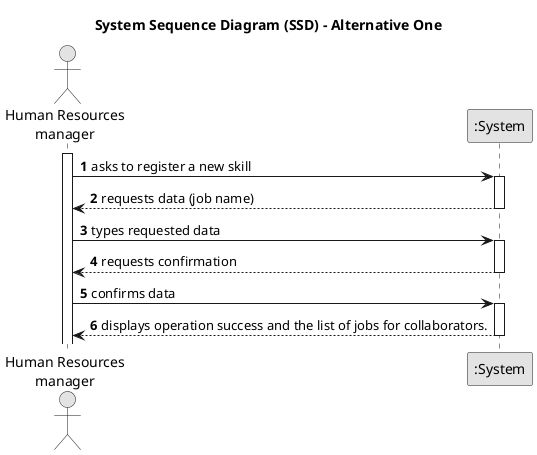
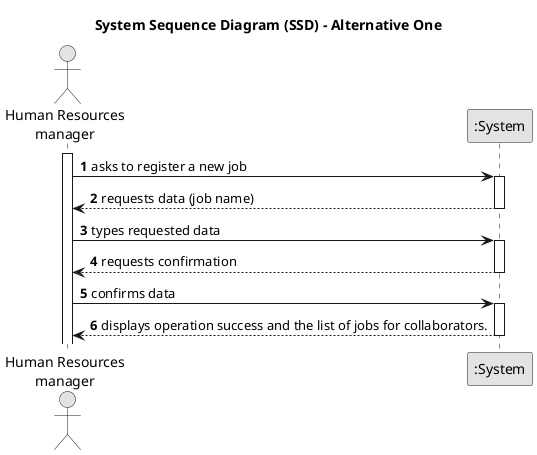
@startuml
skinparam monochrome true
skinparam packageStyle rectangle
skinparam shadowing false

title System Sequence Diagram (SSD) - Alternative One

autonumber

actor "Human Resources\nmanager" as Manager
participant ":System" as System

activate Manager

-     Manager -> System : asks to register a new skill
+     Manager -> System : asks to register a new job
    activate System

        System --> Manager : requests data (job name)
    deactivate System

   Manager  -> System : types requested data
    activate System

        System --> Manager  : requests confirmation
    deactivate System

    Manager  -> System : confirms data
    activate System

        System --> Manager : displays operation success and the list of jobs for collaborators.
    deactivate System

@enduml